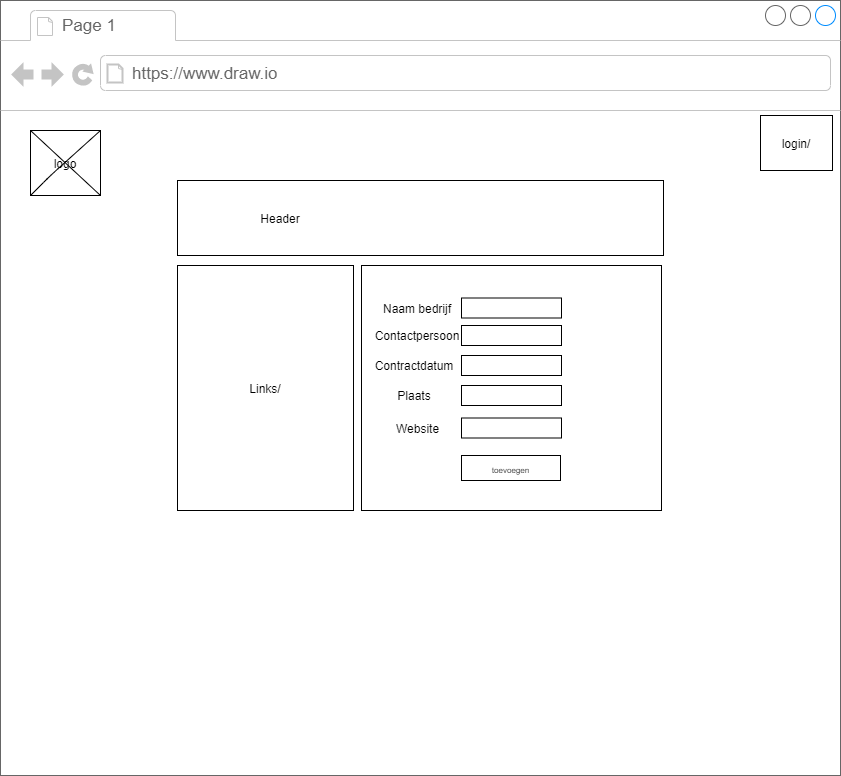
The draw.io diagram Documents/Images_IPP/toevoegen.png in michligtenberg/beroeps-stagewebsite, before a commit. Source tidied: cells renumbered, new cells last; positions are measured from the earlier drawing's top-left corner, leaving out a move shared by most shapes. Source of this version:
```xml
<mxGraphModel>
  <root>
    <mxCell id="0" />
    <mxCell id="1" parent="0" />
    <mxCell id="2" style="strokeWidth=1;shadow=0;dashed=0;align=center;html=1;shape=mxgraph.mockup.containers.browserWindow;rSize=0;strokeColor=#666666;strokeColor2=#008cff;strokeColor3=#c4c4c4;mainText=,;" parent="1" vertex="1">
      <mxGeometry width="840" height="775" as="geometry" />
    </mxCell>
    <mxCell id="3" style="rounded=0;whiteSpace=wrap;html=1;" parent="2" vertex="1">
      <mxGeometry x="361" y="265" width="300" height="245" as="geometry" />
    </mxCell>
    <mxCell id="4" value="&lt;font style=&quot;font-size: 8px&quot;&gt;toevoegen&lt;/font&gt;" style="rounded=0;whiteSpace=wrap;html=1;strokeColor=#000000;" parent="2" vertex="1">
      <mxGeometry x="461" y="455" width="99" height="25" as="geometry" />
    </mxCell>
    <mxCell id="5" value="Page 1" style="strokeWidth=1;shadow=0;dashed=0;align=center;html=1;shape=mxgraph.mockup.containers.anchor;fontSize=17;fontColor=#666666;align=left;" parent="2" vertex="1">
      <mxGeometry x="60" y="12" width="110" height="26" as="geometry" />
    </mxCell>
    <mxCell id="6" value="https://www.draw.io" style="strokeWidth=1;shadow=0;dashed=0;align=center;html=1;shape=mxgraph.mockup.containers.anchor;rSize=0;fontSize=17;fontColor=#666666;align=left;" parent="2" vertex="1">
      <mxGeometry x="130" y="60" width="250" height="26" as="geometry" />
    </mxCell>
    <mxCell id="7" style="rounded=0;whiteSpace=wrap;html=1;" parent="2" vertex="1">
      <mxGeometry x="177" y="180" width="486" height="75" as="geometry" />
    </mxCell>
    <mxCell id="8" value="Links/" style="rounded=0;whiteSpace=wrap;html=1;" parent="2" vertex="1">
      <mxGeometry x="177" y="265" width="176" height="245" as="geometry" />
    </mxCell>
    <mxCell id="9" value="login/" style="rounded=0;whiteSpace=wrap;html=1;" parent="2" vertex="1">
      <mxGeometry x="760" y="115" width="72" height="55" as="geometry" />
    </mxCell>
    <mxCell id="10" value="logo" style="rounded=0;whiteSpace=wrap;html=1;" parent="2" vertex="1">
      <mxGeometry x="30" y="130" width="70" height="65" as="geometry" />
    </mxCell>
    <mxCell id="11" style="endArrow=none;html=1;exitX=0;exitY=1;exitDx=0;exitDy=0;entryX=1;entryY=0;entryDx=0;entryDy=0;" parent="2" edge="1" source="10" target="10">
      <mxGeometry relative="1" as="geometry">
        <Array as="points">
          <mxPoint x="50" y="175" />
        </Array>
      </mxGeometry>
    </mxCell>
    <mxCell id="12" style="endArrow=none;html=1;entryX=1;entryY=1;entryDx=0;entryDy=0;exitX=0;exitY=0;exitDx=0;exitDy=0;" parent="2" edge="1" source="10" target="10">
      <mxGeometry relative="1" as="geometry" />
    </mxCell>
    <mxCell id="13" value="Header" style="text;html=1;strokeColor=none;fillColor=none;align=center;verticalAlign=middle;whiteSpace=wrap;rounded=0;" parent="2" vertex="1">
      <mxGeometry x="260" y="208" width="40" height="20" as="geometry" />
    </mxCell>
    <mxCell id="14" style="rounded=0;whiteSpace=wrap;html=1;strokeColor=#000000;" parent="2" vertex="1">
      <mxGeometry x="461" y="297.5" width="100" height="20" as="geometry" />
    </mxCell>
    <mxCell id="15" value="Naam bedrijf" style="text;html=1;strokeColor=none;fillColor=none;align=center;verticalAlign=middle;whiteSpace=wrap;rounded=0;" parent="2" vertex="1">
      <mxGeometry x="380" y="297.5" width="74" height="20" as="geometry" />
    </mxCell>
    <mxCell id="16" style="rounded=0;whiteSpace=wrap;html=1;strokeColor=#000000;" parent="2" vertex="1">
      <mxGeometry x="461" y="325" width="100" height="20" as="geometry" />
    </mxCell>
    <mxCell id="17" style="rounded=0;whiteSpace=wrap;html=1;strokeColor=#000000;" parent="2" vertex="1">
      <mxGeometry x="461" y="355" width="100" height="20" as="geometry" />
    </mxCell>
    <mxCell id="18" style="rounded=0;whiteSpace=wrap;html=1;strokeColor=#000000;" parent="2" vertex="1">
      <mxGeometry x="461" y="385" width="100" height="20" as="geometry" />
    </mxCell>
    <mxCell id="19" value="Contactpersoon" style="text;html=1;strokeColor=none;fillColor=none;align=center;verticalAlign=middle;whiteSpace=wrap;rounded=0;" parent="2" vertex="1">
      <mxGeometry x="385" y="325" width="64" height="20" as="geometry" />
    </mxCell>
    <mxCell id="20" value="Contractdatum" style="text;html=1;strokeColor=none;fillColor=none;align=center;verticalAlign=middle;whiteSpace=wrap;rounded=0;" parent="2" vertex="1">
      <mxGeometry x="382" y="355" width="64" height="20" as="geometry" />
    </mxCell>
    <mxCell id="21" value="Plaats" style="text;html=1;strokeColor=none;fillColor=none;align=center;verticalAlign=middle;whiteSpace=wrap;rounded=0;" parent="2" vertex="1">
      <mxGeometry x="394" y="385" width="40" height="20" as="geometry" />
    </mxCell>
    <mxCell id="22" value="Website" style="text;html=1;strokeColor=none;fillColor=none;align=center;verticalAlign=middle;whiteSpace=wrap;rounded=0;" parent="2" vertex="1">
      <mxGeometry x="364.5" y="415" width="105" height="25" as="geometry" />
    </mxCell>
    <mxCell id="23" style="rounded=0;whiteSpace=wrap;html=1;strokeColor=#000000;" parent="2" vertex="1">
      <mxGeometry x="461" y="417.5" width="100" height="20" as="geometry" />
    </mxCell>
  </root>
</mxGraphModel>
```
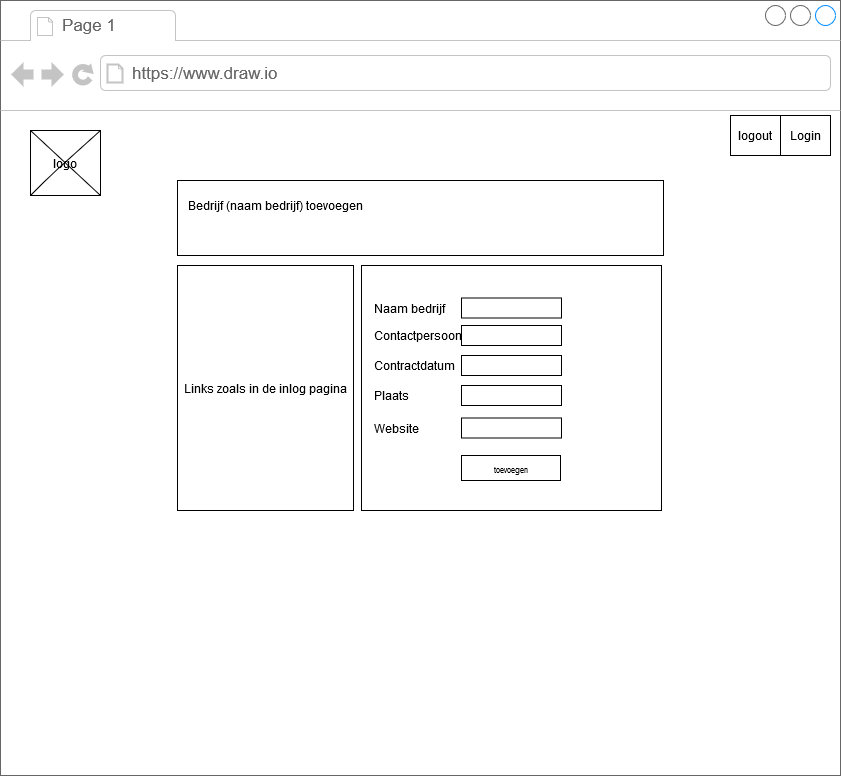
The same diagram one commit later.

Commit message:
wireframes veranderd zoals gevraagd werd

Change to the diagram source:
```diff
@@ -20,12 +20,9 @@
     <mxCell id="7" style="rounded=0;whiteSpace=wrap;html=1;" parent="2" vertex="1">
       <mxGeometry x="177" y="180" width="486" height="75" as="geometry" />
     </mxCell>
-    <mxCell id="8" value="Links/" style="rounded=0;whiteSpace=wrap;html=1;" parent="2" vertex="1">
+    <mxCell id="8" value="Links zoals in de inlog pagina" style="rounded=0;whiteSpace=wrap;html=1;" parent="2" vertex="1">
       <mxGeometry x="177" y="265" width="176" height="245" as="geometry" />
     </mxCell>
-    <mxCell id="9" value="login/" style="rounded=0;whiteSpace=wrap;html=1;" parent="2" vertex="1">
-      <mxGeometry x="760" y="115" width="72" height="55" as="geometry" />
-    </mxCell>
     <mxCell id="10" value="logo" style="rounded=0;whiteSpace=wrap;html=1;" parent="2" vertex="1">
       <mxGeometry x="30" y="130" width="70" height="65" as="geometry" />
     </mxCell>
@@ -39,14 +36,14 @@
     <mxCell id="12" style="endArrow=none;html=1;entryX=1;entryY=1;entryDx=0;entryDy=0;exitX=0;exitY=0;exitDx=0;exitDy=0;" parent="2" edge="1" source="10" target="10">
       <mxGeometry relative="1" as="geometry" />
     </mxCell>
-    <mxCell id="13" value="Header" style="text;html=1;strokeColor=none;fillColor=none;align=center;verticalAlign=middle;whiteSpace=wrap;rounded=0;" parent="2" vertex="1">
-      <mxGeometry x="260" y="208" width="40" height="20" as="geometry" />
+    <mxCell id="13" value="Bedrijf (naam bedrijf) toevoegen" style="text;html=1;strokeColor=none;fillColor=none;align=center;verticalAlign=middle;whiteSpace=wrap;rounded=0;" parent="2" vertex="1">
+      <mxGeometry x="130" y="195" width="290" height="20" as="geometry" />
     </mxCell>
     <mxCell id="14" style="rounded=0;whiteSpace=wrap;html=1;strokeColor=#000000;" parent="2" vertex="1">
       <mxGeometry x="461" y="297.5" width="100" height="20" as="geometry" />
     </mxCell>
-    <mxCell id="15" value="Naam bedrijf" style="text;html=1;strokeColor=none;fillColor=none;align=center;verticalAlign=middle;whiteSpace=wrap;rounded=0;" parent="2" vertex="1">
-      <mxGeometry x="380" y="297.5" width="74" height="20" as="geometry" />
+    <mxCell id="15" value="Naam bedrijf" style="text;html=1;strokeColor=none;fillColor=none;align=left;verticalAlign=middle;whiteSpace=wrap;rounded=0;" parent="2" vertex="1">
+      <mxGeometry x="372" y="297.5" width="74" height="20" as="geometry" />
     </mxCell>
     <mxCell id="16" style="rounded=0;whiteSpace=wrap;html=1;strokeColor=#000000;" parent="2" vertex="1">
       <mxGeometry x="461" y="325" width="100" height="20" as="geometry" />
@@ -57,20 +54,26 @@
     <mxCell id="18" style="rounded=0;whiteSpace=wrap;html=1;strokeColor=#000000;" parent="2" vertex="1">
       <mxGeometry x="461" y="385" width="100" height="20" as="geometry" />
     </mxCell>
-    <mxCell id="19" value="Contactpersoon" style="text;html=1;strokeColor=none;fillColor=none;align=center;verticalAlign=middle;whiteSpace=wrap;rounded=0;" parent="2" vertex="1">
-      <mxGeometry x="385" y="325" width="64" height="20" as="geometry" />
+    <mxCell id="19" value="Contactpersoon" style="text;html=1;strokeColor=none;fillColor=none;align=left;verticalAlign=middle;whiteSpace=wrap;rounded=0;" parent="2" vertex="1">
+      <mxGeometry x="372" y="325" width="64" height="20" as="geometry" />
     </mxCell>
-    <mxCell id="20" value="Contractdatum" style="text;html=1;strokeColor=none;fillColor=none;align=center;verticalAlign=middle;whiteSpace=wrap;rounded=0;" parent="2" vertex="1">
-      <mxGeometry x="382" y="355" width="64" height="20" as="geometry" />
+    <mxCell id="20" value="Contractdatum" style="text;html=1;strokeColor=none;fillColor=none;align=left;verticalAlign=middle;whiteSpace=wrap;rounded=0;" parent="2" vertex="1">
+      <mxGeometry x="372" y="355" width="64" height="20" as="geometry" />
     </mxCell>
-    <mxCell id="21" value="Plaats" style="text;html=1;strokeColor=none;fillColor=none;align=center;verticalAlign=middle;whiteSpace=wrap;rounded=0;" parent="2" vertex="1">
-      <mxGeometry x="394" y="385" width="40" height="20" as="geometry" />
+    <mxCell id="21" value="Plaats" style="text;html=1;strokeColor=none;fillColor=none;align=left;verticalAlign=middle;whiteSpace=wrap;rounded=0;" parent="2" vertex="1">
+      <mxGeometry x="372" y="385" width="40" height="20" as="geometry" />
     </mxCell>
-    <mxCell id="22" value="Website" style="text;html=1;strokeColor=none;fillColor=none;align=center;verticalAlign=middle;whiteSpace=wrap;rounded=0;" parent="2" vertex="1">
-      <mxGeometry x="364.5" y="415" width="105" height="25" as="geometry" />
+    <mxCell id="22" value="Website" style="text;html=1;strokeColor=none;fillColor=none;align=left;verticalAlign=middle;whiteSpace=wrap;rounded=0;" parent="2" vertex="1">
+      <mxGeometry x="372" y="415" width="105" height="25" as="geometry" />
     </mxCell>
     <mxCell id="23" style="rounded=0;whiteSpace=wrap;html=1;strokeColor=#000000;" parent="2" vertex="1">
       <mxGeometry x="461" y="417.5" width="100" height="20" as="geometry" />
     </mxCell>
+    <mxCell id="24" value="Login" style="rounded=0;whiteSpace=wrap;html=1;" parent="2" vertex="1">
+      <mxGeometry x="780" y="115" width="50" height="40" as="geometry" />
+    </mxCell>
+    <mxCell id="25" value="logout" style="rounded=0;whiteSpace=wrap;html=1;" parent="2" vertex="1">
+      <mxGeometry x="730" y="115" width="50" height="40" as="geometry" />
+    </mxCell>
   </root>
 </mxGraphModel>
```
